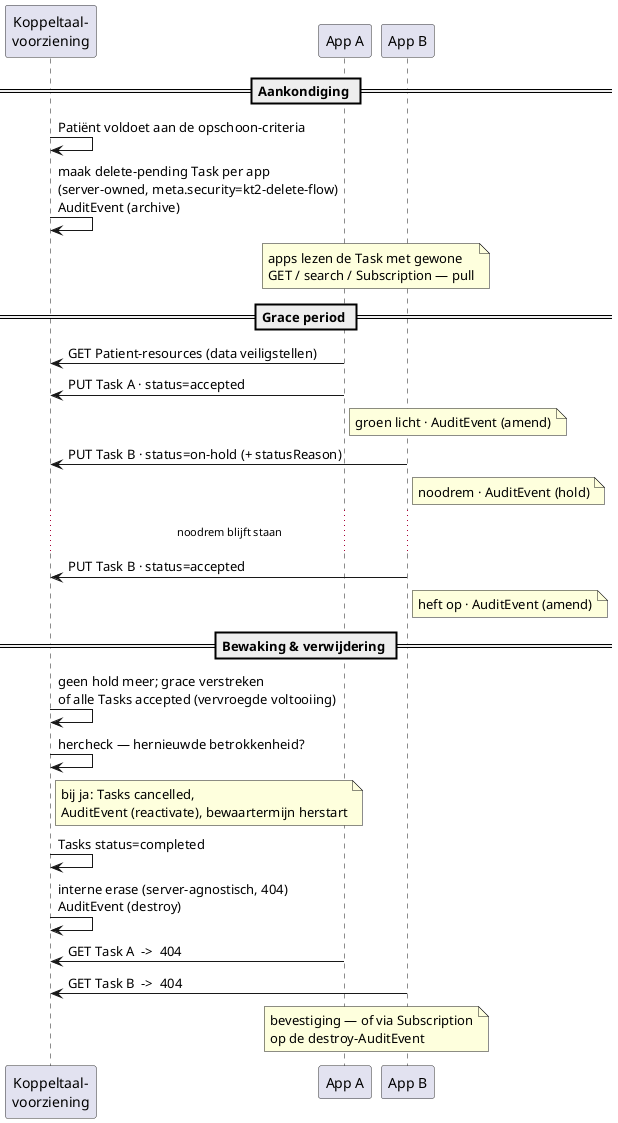
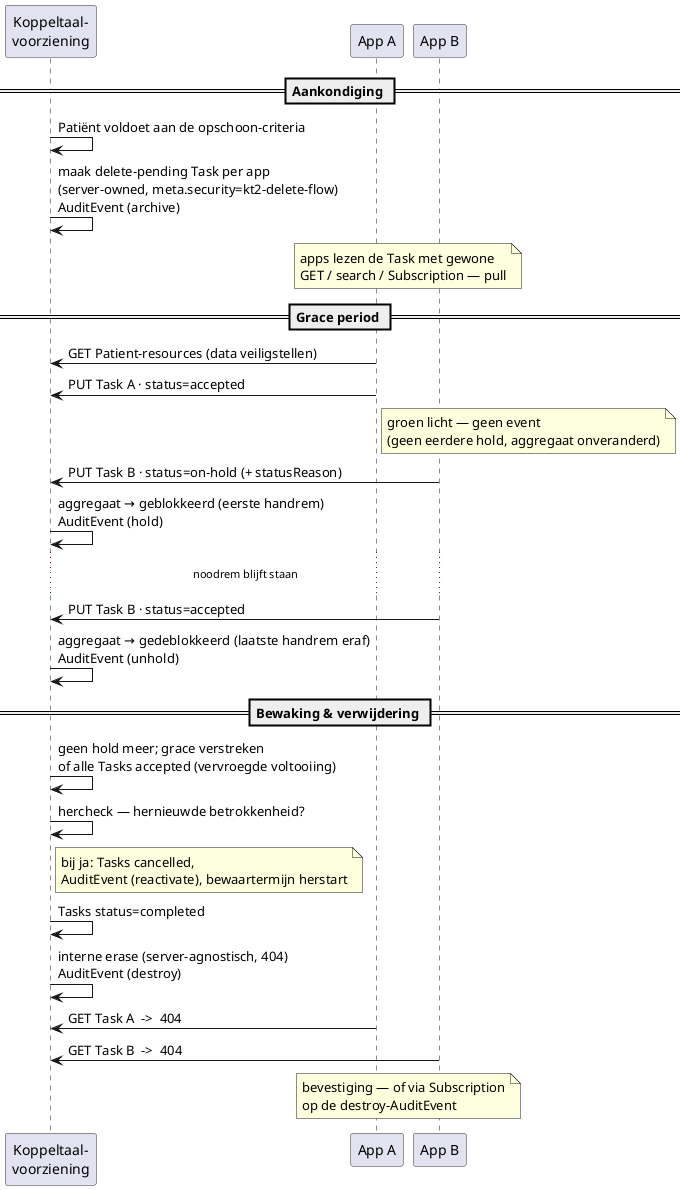
@startuml opschoning-patient-data-interactie

skinparam sequence {
  LifeLineBackgroundColor #f5f5f5
  ParticipantBorderColor #333333
}

participant "Koppeltaal-\nvoorziening" as KT
participant "App A" as A
participant "App B" as B

== Aankondiging ==
KT -> KT : Patiënt voldoet aan de opschoon-criteria
KT -> KT : maak delete-pending Task per app\n(server-owned, meta.security=kt2-delete-flow)\nAuditEvent (archive)
note over A, B : apps lezen de Task met gewone\nGET / search / Subscription — pull

== Grace period ==
A -> KT : GET Patient-resources (data veiligstellen)
A -> KT : PUT Task A · status=accepted
- note right of A : groen licht · AuditEvent (amend)
+ note right of A : groen licht — geen event\n(geen eerdere hold, aggregaat onveranderd)
B -> KT : PUT Task B · status=on-hold (+ statusReason)
- note right of B : noodrem · AuditEvent (hold)
+ KT -> KT : aggregaat → geblokkeerd (eerste handrem)\nAuditEvent (hold)
...noodrem blijft staan...
B -> KT : PUT Task B · status=accepted
- note right of B : heft op · AuditEvent (amend)
+ KT -> KT : aggregaat → gedeblokkeerd (laatste handrem eraf)\nAuditEvent (unhold)

== Bewaking & verwijdering ==
KT -> KT : geen hold meer; grace verstreken\nof alle Tasks accepted (vervroegde voltooiing)
KT -> KT : hercheck — hernieuwde betrokkenheid?
note right of KT : bij ja: Tasks cancelled,\nAuditEvent (reactivate), bewaartermijn herstart
KT -> KT : Tasks status=completed
KT -> KT : interne erase (server-agnostisch, 404)\nAuditEvent (destroy)
A -> KT : GET Task A  ->  404
B -> KT : GET Task B  ->  404
note over A, B : bevestiging — of via Subscription\nop de destroy-AuditEvent
@enduml
